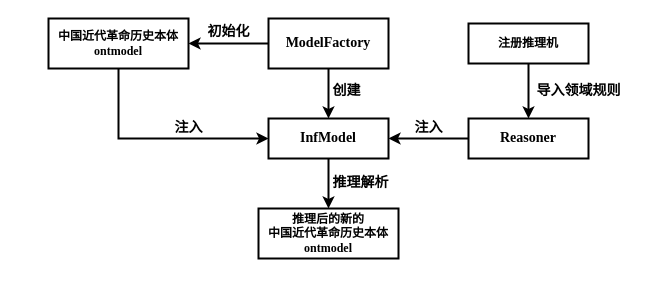
Before: jena_reasoning machine.drawio in junchaoIU/Diagrams_library, a draw.io diagram. Source tidied: cells renumbered, new cells numbered last; positions are measured from the earlier drawing's top-left corner, leaving out a move shared by most shapes. Both pictures are drawn from the tidied source at 100%, with x=0, y=0 at pixel (48, 18).
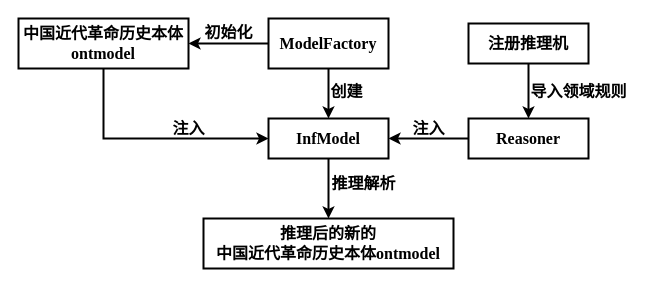
After the change.

Change to the diagram source:
```diff
@@
 <mxGraphModel>
   <root>
     <mxCell id="0" />
     <mxCell id="1" parent="0" />
-    <mxCell id="2" style="edgeStyle=orthogonalEdgeStyle;rounded=0;jettySize=auto;html=1;exitX=0;exitY=0.5;exitDx=0;exitDy=0;fontFamily=Times New Roman;fontSize=14;strokeWidth=2;" parent="1" edge="1" source="4" target="13">
+    <mxCell id="2" style="edgeStyle=orthogonalEdgeStyle;rounded=0;jettySize=auto;html=1;exitX=0;exitY=0.5;exitDx=0;exitDy=0;fontFamily=Times New Roman;fontSize=16;strokeWidth=2;fontStyle=1;" parent="1" edge="1" source="4" target="13">
       <mxGeometry relative="1" as="geometry" />
     </mxCell>
-    <mxCell id="3" style="edgeStyle=orthogonalEdgeStyle;rounded=0;jettySize=auto;html=1;exitX=0.5;exitY=1;exitDx=0;exitDy=0;entryX=0.5;entryY=0;entryDx=0;entryDy=0;fontFamily=Times New Roman;fontSize=14;strokeWidth=2;" parent="1" edge="1" source="4" target="6">
+    <mxCell id="3" style="edgeStyle=orthogonalEdgeStyle;rounded=0;jettySize=auto;html=1;exitX=0.5;exitY=1;exitDx=0;exitDy=0;entryX=0.5;entryY=0;entryDx=0;entryDy=0;fontFamily=Times New Roman;fontSize=16;strokeWidth=2;fontStyle=1;" parent="1" edge="1" source="4" target="6">
       <mxGeometry relative="1" as="geometry" />
     </mxCell>
-    <mxCell id="4" value="&lt;font face=&quot;Times New Roman&quot; size=&quot;1&quot;&gt;&lt;b style=&quot;line-height: 1.2 ; font-size: 14px&quot;&gt;ModelFactory&lt;/b&gt;&lt;/font&gt;" style="rounded=0;whiteSpace=wrap;html=1;strokeWidth=2;" parent="1" vertex="1">
+    <mxCell id="4" value="&lt;font face=&quot;Times New Roman&quot; style=&quot;font-size: 16px;&quot;&gt;&lt;span style=&quot;line-height: 1.2; font-size: 16px;&quot;&gt;ModelFactory&lt;/span&gt;&lt;/font&gt;" style="rounded=0;whiteSpace=wrap;html=1;strokeWidth=2;fontSize=16;fontStyle=1;" parent="1" vertex="1">
       <mxGeometry x="220" width="120" height="50" as="geometry" />
     </mxCell>
-    <mxCell id="5" style="edgeStyle=orthogonalEdgeStyle;rounded=0;jettySize=auto;html=1;exitX=0.5;exitY=1;exitDx=0;exitDy=0;fontFamily=Times New Roman;fontSize=14;strokeWidth=2;" parent="1" edge="1" source="6" target="18">
+    <mxCell id="5" style="edgeStyle=orthogonalEdgeStyle;rounded=0;jettySize=auto;html=1;exitX=0.5;exitY=1;exitDx=0;exitDy=0;fontFamily=Times New Roman;fontSize=16;strokeWidth=2;fontStyle=1;" parent="1" edge="1" source="6" target="18">
       <mxGeometry relative="1" as="geometry" />
     </mxCell>
-    <mxCell id="6" value="&lt;font face=&quot;Times New Roman&quot; size=&quot;1&quot;&gt;&lt;b style=&quot;line-height: 1.2 ; font-size: 14px&quot;&gt;InfModel&lt;/b&gt;&lt;/font&gt;" style="rounded=0;whiteSpace=wrap;html=1;strokeWidth=2;" parent="1" vertex="1">
+    <mxCell id="6" value="&lt;font face=&quot;Times New Roman&quot; style=&quot;font-size: 16px;&quot;&gt;&lt;span style=&quot;line-height: 1.2; font-size: 16px;&quot;&gt;InfModel&lt;/span&gt;&lt;/font&gt;" style="rounded=0;whiteSpace=wrap;html=1;strokeWidth=2;fontSize=16;fontStyle=1;" parent="1" vertex="1">
       <mxGeometry x="220" y="100" width="120" height="40" as="geometry" />
     </mxCell>
-    <mxCell id="7" style="edgeStyle=orthogonalEdgeStyle;rounded=0;jettySize=auto;html=1;exitX=0;exitY=0.5;exitDx=0;exitDy=0;entryX=1;entryY=0.5;entryDx=0;entryDy=0;fontFamily=Times New Roman;fontSize=14;strokeWidth=2;" parent="1" edge="1" source="8" target="6">
+    <mxCell id="7" style="edgeStyle=orthogonalEdgeStyle;rounded=0;jettySize=auto;html=1;exitX=0;exitY=0.5;exitDx=0;exitDy=0;entryX=1;entryY=0.5;entryDx=0;entryDy=0;fontFamily=Times New Roman;fontSize=16;strokeWidth=2;fontStyle=1;" parent="1" edge="1" source="8" target="6">
       <mxGeometry relative="1" as="geometry" />
     </mxCell>
-    <mxCell id="8" value="&lt;font face=&quot;Times New Roman&quot; size=&quot;1&quot;&gt;&lt;b style=&quot;line-height: 1.2 ; font-size: 14px&quot;&gt;Reasoner&lt;/b&gt;&lt;/font&gt;" style="rounded=0;whiteSpace=wrap;html=1;strokeWidth=2;" parent="1" vertex="1">
+    <mxCell id="8" value="&lt;font face=&quot;Times New Roman&quot; style=&quot;font-size: 16px;&quot;&gt;&lt;span style=&quot;line-height: 1.2; font-size: 16px;&quot;&gt;Reasoner&lt;/span&gt;&lt;/font&gt;" style="rounded=0;whiteSpace=wrap;html=1;strokeWidth=2;fontSize=16;fontStyle=1;" parent="1" vertex="1">
       <mxGeometry x="420" y="100" width="120" height="40" as="geometry" />
     </mxCell>
-    <mxCell id="9" style="edgeStyle=orthogonalEdgeStyle;rounded=0;jettySize=auto;html=1;exitX=0.5;exitY=1;exitDx=0;exitDy=0;entryX=0.5;entryY=0;entryDx=0;entryDy=0;fontFamily=Times New Roman;fontSize=14;strokeWidth=2;" parent="1" edge="1" source="10" target="8">
+    <mxCell id="9" style="edgeStyle=orthogonalEdgeStyle;rounded=0;jettySize=auto;html=1;exitX=0.5;exitY=1;exitDx=0;exitDy=0;entryX=0.5;entryY=0;entryDx=0;entryDy=0;fontFamily=Times New Roman;fontSize=16;strokeWidth=2;fontStyle=1;" parent="1" edge="1" source="10" target="8">
       <mxGeometry relative="1" as="geometry" />
     </mxCell>
-    <mxCell id="10" value="&lt;b&gt;注册推理机&lt;/b&gt;" style="rounded=0;whiteSpace=wrap;html=1;strokeWidth=2;" parent="1" vertex="1">
+    <mxCell id="10" value="&lt;span style=&quot;font-size: 16px;&quot;&gt;注册推理机&lt;/span&gt;" style="rounded=0;whiteSpace=wrap;html=1;strokeWidth=2;fontSize=16;fontStyle=1;" parent="1" vertex="1">
       <mxGeometry x="420" y="5" width="120" height="40" as="geometry" />
     </mxCell>
-    <mxCell id="11" value="&lt;b&gt;导入领域规则&lt;/b&gt;" style="text;html=1;align=center;verticalAlign=middle;strokeColor=none;fillColor=none;fontSize=14;fontFamily=Times New Roman;" parent="1" vertex="1">
-      <mxGeometry x="480" y="63" width="100" height="20" as="geometry" />
+    <mxCell id="11" value="&lt;span style=&quot;font-size: 16px;&quot;&gt;导入领域规则&lt;/span&gt;" style="text;html=1;align=center;verticalAlign=middle;strokeColor=none;fillColor=none;fontSize=16;fontFamily=Times New Roman;strokeWidth=2;fontStyle=1;" parent="1" vertex="1">
+      <mxGeometry x="475" y="63" width="110" height="20" as="geometry" />
     </mxCell>
-    <mxCell id="12" style="edgeStyle=orthogonalEdgeStyle;rounded=0;jettySize=auto;html=1;exitX=0.5;exitY=1;exitDx=0;exitDy=0;entryX=0;entryY=0.5;entryDx=0;entryDy=0;fontFamily=Times New Roman;fontSize=14;strokeWidth=2;" parent="1" edge="1" source="13" target="6">
+    <mxCell id="12" style="edgeStyle=orthogonalEdgeStyle;rounded=0;jettySize=auto;html=1;exitX=0.5;exitY=1;exitDx=0;exitDy=0;entryX=0;entryY=0.5;entryDx=0;entryDy=0;fontFamily=Times New Roman;fontSize=16;strokeWidth=2;fontStyle=1;" parent="1" edge="1" source="13" target="6">
       <mxGeometry relative="1" as="geometry" />
     </mxCell>
-    <mxCell id="13" value="&lt;font face=&quot;Times New Roman&quot;&gt;&lt;b style=&quot;line-height: 1.2&quot;&gt;中国近代革命历史本体ontmodel&lt;/b&gt;&lt;/font&gt;" style="rounded=0;whiteSpace=wrap;html=1;strokeWidth=2;" parent="1" vertex="1">
-      <mxGeometry width="140" height="50" as="geometry" />
+    <mxCell id="13" value="&lt;font face=&quot;Times New Roman&quot; style=&quot;font-size: 16px;&quot;&gt;&lt;span style=&quot;line-height: 1.2; font-size: 16px;&quot;&gt;中国近代革命历史本体ontmodel&lt;/span&gt;&lt;/font&gt;" style="rounded=0;whiteSpace=wrap;html=1;strokeWidth=2;fontSize=16;fontStyle=1;" parent="1" vertex="1">
+      <mxGeometry x="-30" width="170" height="50" as="geometry" />
     </mxCell>
-    <mxCell id="14" value="&lt;b&gt;初始化&lt;/b&gt;" style="text;html=1;align=center;verticalAlign=middle;strokeColor=none;fillColor=none;fontSize=14;fontFamily=Times New Roman;" parent="1" vertex="1">
+    <mxCell id="14" value="&lt;span style=&quot;font-size: 16px;&quot;&gt;初始化&lt;/span&gt;" style="text;html=1;align=center;verticalAlign=middle;strokeColor=none;fillColor=none;fontSize=16;fontFamily=Times New Roman;strokeWidth=2;fontStyle=1;" parent="1" vertex="1">
       <mxGeometry x="150" y="4" width="60" height="20" as="geometry" />
     </mxCell>
-    <mxCell id="15" value="&lt;b&gt;创建&lt;/b&gt;" style="text;html=1;align=center;verticalAlign=middle;strokeColor=none;fillColor=none;fontSize=14;fontFamily=Times New Roman;" parent="1" vertex="1">
-      <mxGeometry x="278" y="63" width="40" height="20" as="geometry" />
+    <mxCell id="15" value="&lt;span style=&quot;font-size: 16px;&quot;&gt;创建&lt;/span&gt;" style="text;html=1;align=center;verticalAlign=middle;strokeColor=none;fillColor=none;fontSize=16;fontFamily=Times New Roman;strokeWidth=2;fontStyle=1;" parent="1" vertex="1">
+      <mxGeometry x="273" y="63" width="50" height="20" as="geometry" />
     </mxCell>
-    <mxCell id="16" value="&lt;b&gt;注入&lt;/b&gt;" style="text;html=1;align=center;verticalAlign=middle;strokeColor=none;fillColor=none;fontSize=14;fontFamily=Times New Roman;" parent="1" vertex="1">
-      <mxGeometry x="120" y="100" width="40" height="20" as="geometry" />
+    <mxCell id="16" value="&lt;span style=&quot;font-size: 16px;&quot;&gt;注入&lt;/span&gt;" style="text;html=1;align=center;verticalAlign=middle;strokeColor=none;fillColor=none;fontSize=16;fontFamily=Times New Roman;strokeWidth=2;fontStyle=1;" parent="1" vertex="1">
+      <mxGeometry x="115" y="100" width="50" height="20" as="geometry" />
     </mxCell>
-    <mxCell id="17" value="&lt;b&gt;注入&lt;/b&gt;" style="text;html=1;align=center;verticalAlign=middle;strokeColor=none;fillColor=none;fontSize=14;fontFamily=Times New Roman;" parent="1" vertex="1">
-      <mxGeometry x="360" y="100" width="40" height="20" as="geometry" />
+    <mxCell id="17" value="&lt;span style=&quot;font-size: 16px;&quot;&gt;注入&lt;/span&gt;" style="text;html=1;align=center;verticalAlign=middle;strokeColor=none;fillColor=none;fontSize=16;fontFamily=Times New Roman;strokeWidth=2;fontStyle=1;" parent="1" vertex="1">
+      <mxGeometry x="355" y="100" width="50" height="20" as="geometry" />
     </mxCell>
-    <mxCell id="18" value="&lt;font face=&quot;Times New Roman&quot;&gt;&lt;b style=&quot;line-height: 1.2&quot;&gt;推理后的新的&lt;br&gt;中国近代革命历史本体ontmodel&lt;/b&gt;&lt;/font&gt;" style="rounded=0;whiteSpace=wrap;html=1;strokeWidth=2;" parent="1" vertex="1">
-      <mxGeometry x="210" y="190" width="140" height="50" as="geometry" />
+    <mxCell id="18" value="&lt;font face=&quot;Times New Roman&quot; style=&quot;font-size: 16px;&quot;&gt;&lt;span style=&quot;line-height: 1.2; font-size: 16px;&quot;&gt;推理后的新的&lt;br style=&quot;font-size: 16px;&quot;&gt;中国近代革命历史本体ontmodel&lt;/span&gt;&lt;/font&gt;" style="rounded=0;whiteSpace=wrap;html=1;strokeWidth=2;fontSize=16;fontStyle=1;" parent="1" vertex="1">
+      <mxGeometry x="155" y="200" width="250" height="50" as="geometry" />
     </mxCell>
-    <mxCell id="19" value="&lt;b&gt;推理解析&lt;/b&gt;" style="text;html=1;align=center;verticalAlign=middle;strokeColor=none;fillColor=none;fontSize=14;fontFamily=Times New Roman;" parent="1" vertex="1">
-      <mxGeometry x="277" y="155" width="70" height="20" as="geometry" />
+    <mxCell id="19" value="&lt;span style=&quot;font-size: 16px;&quot;&gt;推理解析&lt;/span&gt;" style="text;html=1;align=center;verticalAlign=middle;strokeColor=none;fillColor=none;fontSize=16;fontFamily=Times New Roman;strokeWidth=2;fontStyle=1;" parent="1" vertex="1">
+      <mxGeometry x="275" y="155" width="80" height="20" as="geometry" />
     </mxCell>
   </root>
 </mxGraphModel>
```
